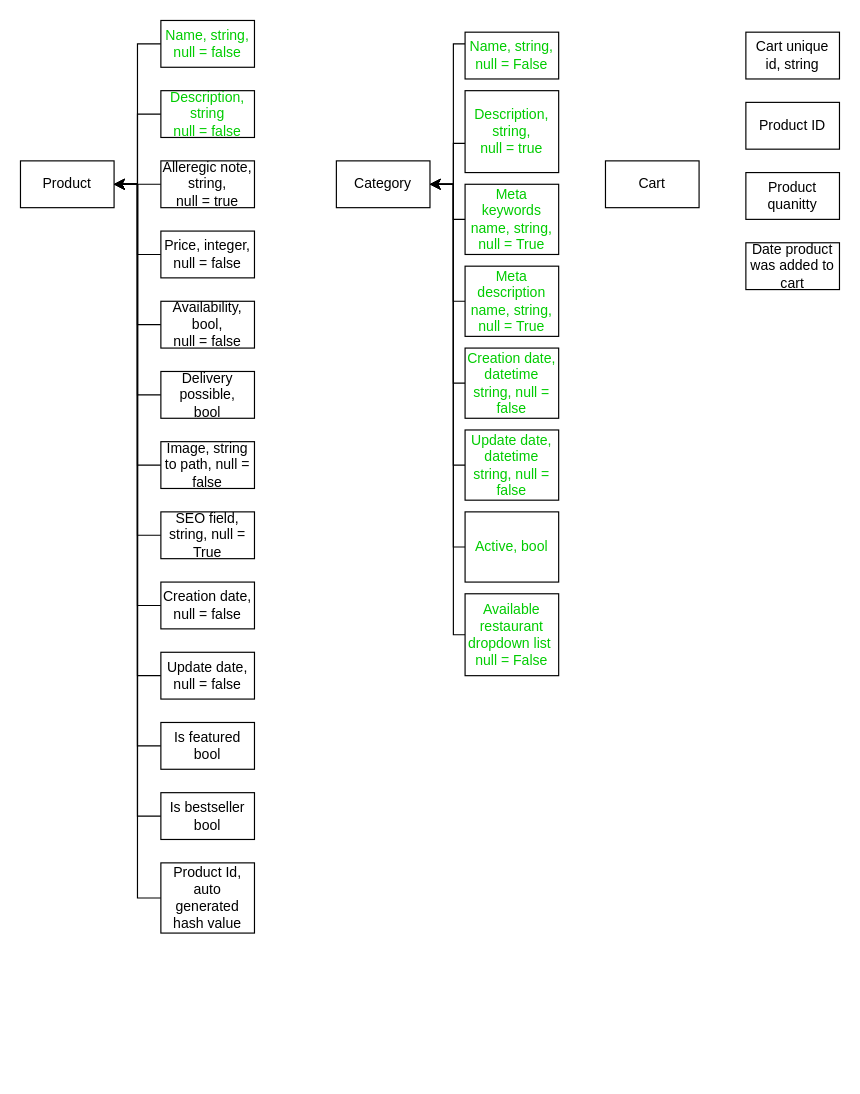
Earlier version of the draw.io diagram Untitled Diagram.drawio (JianDk/HD_website). Source tidied: cells renumbered, new cells numbered last; positions are measured from the earlier drawing's top-left corner, leaving out a move shared by most shapes. Both pictures are drawn from the tidied source at 117%, with x=0, y=0 at pixel (20, 20).
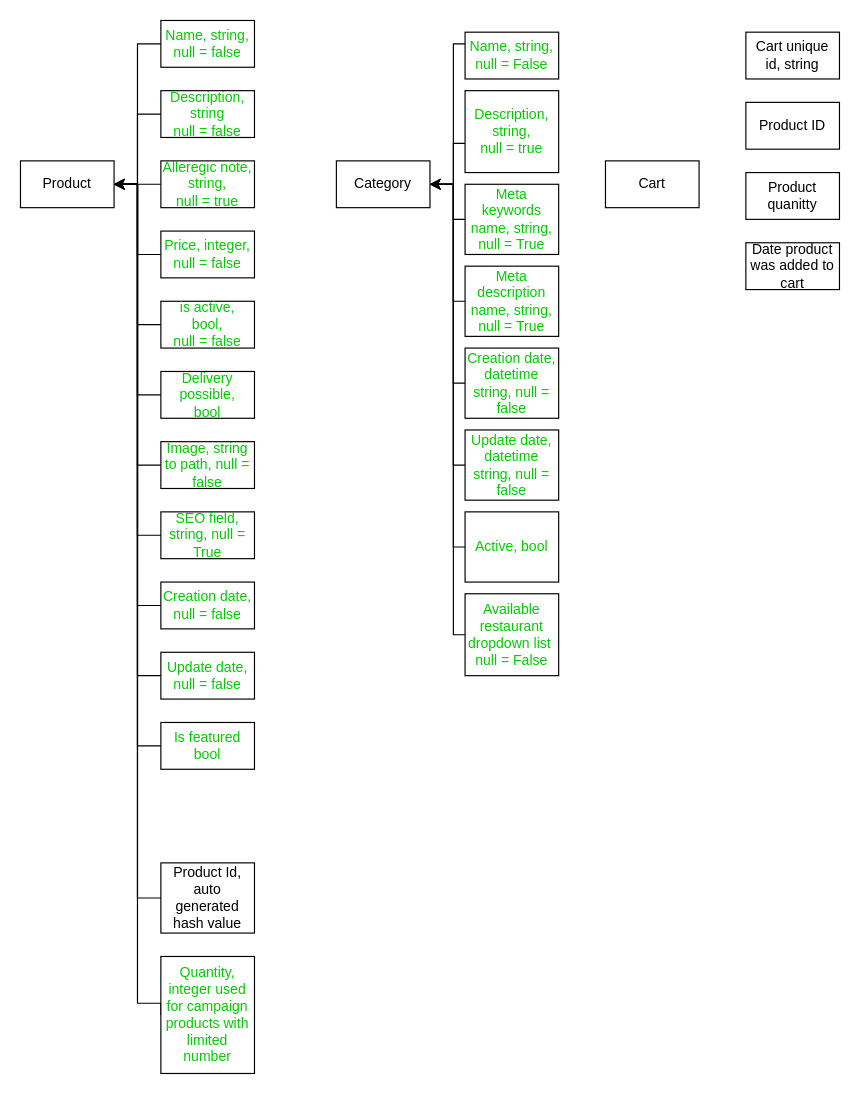
After the change.

The change refers to these unchanged cells:
```xml
<mxCell id="2" value="Product" style="rounded=0;whiteSpace=wrap;html=1;" parent="1" vertex="1">
  <mxGeometry y="120" width="80" height="40" as="geometry" />
</mxCell>
```

Diff of the diagram source:
```diff
@@
-    <mxCell id="8" value="Alleregic note, string,&lt;br&gt;null = true" style="rounded=0;whiteSpace=wrap;html=1;" parent="1" vertex="1">
+    <mxCell id="8" value="&lt;font color=&quot;#00cc00&quot;&gt;Alleregic note, string,&lt;br&gt;null = true&lt;/font&gt;" style="rounded=0;whiteSpace=wrap;html=1;" parent="1" vertex="1">
       <mxGeometry x="120" y="120" width="80" height="40" as="geometry" />
     </mxCell>
@@
-    <mxCell id="10" value="Price, integer,&lt;br&gt;null = false" style="rounded=0;whiteSpace=wrap;html=1;" parent="1" vertex="1">
+    <mxCell id="10" value="&lt;font color=&quot;#00cc00&quot;&gt;Price, integer,&lt;br&gt;null = false&lt;/font&gt;" style="rounded=0;whiteSpace=wrap;html=1;" parent="1" vertex="1">
       <mxGeometry x="120" y="180" width="80" height="40" as="geometry" />
     </mxCell>
@@
-    <mxCell id="12" value="Availability,&lt;br&gt;bool,&lt;br&gt;null = false" style="rounded=0;whiteSpace=wrap;html=1;" parent="1" vertex="1">
+    <mxCell id="12" value="&lt;font color=&quot;#00cc00&quot;&gt;is active,&lt;br&gt;bool,&lt;br&gt;null = false&lt;/font&gt;" style="rounded=0;whiteSpace=wrap;html=1;" parent="1" vertex="1">
       <mxGeometry x="120" y="240" width="80" height="40" as="geometry" />
     </mxCell>
@@
-    <mxCell id="14" value="Delivery possible,&lt;br&gt;bool" style="rounded=0;whiteSpace=wrap;html=1;" parent="1" vertex="1">
+    <mxCell id="14" value="&lt;font color=&quot;#00cc00&quot;&gt;Delivery possible,&lt;br&gt;bool&lt;/font&gt;" style="rounded=0;whiteSpace=wrap;html=1;" parent="1" vertex="1">
       <mxGeometry x="120" y="300" width="80" height="40" as="geometry" />
     </mxCell>
@@
-    <mxCell id="16" value="Image, string to path, null = false" style="rounded=0;whiteSpace=wrap;html=1;" parent="1" vertex="1">
+    <mxCell id="16" value="&lt;font color=&quot;#00cc00&quot;&gt;Image, string to path, null = false&lt;/font&gt;" style="rounded=0;whiteSpace=wrap;html=1;" parent="1" vertex="1">
       <mxGeometry x="120" y="360" width="80" height="40" as="geometry" />
     </mxCell>
@@
-    <mxCell id="18" value="SEO field, string, null = True" style="rounded=0;whiteSpace=wrap;html=1;" parent="1" vertex="1">
+    <mxCell id="18" value="&lt;font color=&quot;#00cc00&quot;&gt;SEO field, string, null = True&lt;/font&gt;" style="rounded=0;whiteSpace=wrap;html=1;" parent="1" vertex="1">
       <mxGeometry x="120" y="420" width="80" height="40" as="geometry" />
     </mxCell>
@@
-    <mxCell id="35" value="Creation date, null = false" style="rounded=0;whiteSpace=wrap;html=1;" parent="1" vertex="1">
+    <mxCell id="35" value="&lt;font color=&quot;#00cc00&quot;&gt;Creation date, null = false&lt;/font&gt;" style="rounded=0;whiteSpace=wrap;html=1;" parent="1" vertex="1">
       <mxGeometry x="120" y="480" width="80" height="40" as="geometry" />
     </mxCell>
@@
-    <mxCell id="37" value="Update date, null = false" style="rounded=0;whiteSpace=wrap;html=1;" parent="1" vertex="1">
+    <mxCell id="37" value="&lt;font color=&quot;#00cc00&quot;&gt;Update date, null = false&lt;/font&gt;" style="rounded=0;whiteSpace=wrap;html=1;" parent="1" vertex="1">
       <mxGeometry x="120" y="540" width="80" height="40" as="geometry" />
     </mxCell>
@@
-    <mxCell id="41" value="Is featured&lt;br&gt;bool" style="rounded=0;whiteSpace=wrap;html=1;" parent="1" vertex="1">
+    <mxCell id="41" value="&lt;font color=&quot;#00cc00&quot;&gt;Is featured&lt;br&gt;bool&lt;/font&gt;" style="rounded=0;whiteSpace=wrap;html=1;" parent="1" vertex="1">
       <mxGeometry x="120" y="600" width="80" height="40" as="geometry" />
     </mxCell>
-    <mxCell id="42" style="edgeStyle=orthogonalEdgeStyle;rounded=0;jettySize=auto;html=1;entryX=1;entryY=0.5;entryDx=0;entryDy=0;" parent="1" edge="1" source="43" target="2">
-      <mxGeometry relative="1" as="geometry" />
-    </mxCell>
-    <mxCell id="43" value="Is bestseller&lt;br&gt;bool" style="rounded=0;whiteSpace=wrap;html=1;" parent="1" vertex="1">
-      <mxGeometry x="120" y="660" width="80" height="40" as="geometry" />
-    </mxCell>
@@
+    <mxCell id="51" style="edgeStyle=orthogonalEdgeStyle;rounded=0;jettySize=auto;html=1;exitX=0;exitY=0.5;exitDx=0;exitDy=0;" parent="1" edge="1" source="52">
+      <mxGeometry relative="1" as="geometry">
+        <mxPoint x="80" y="140" as="targetPoint" />
+        <Array as="points">
+          <mxPoint x="120" y="840" />
+          <mxPoint x="100" y="840" />
+          <mxPoint x="100" y="140" />
+        </Array>
+      </mxGeometry>
+    </mxCell>
+    <mxCell id="52" value="&lt;font color=&quot;#00cc00&quot;&gt;Quantity, integer used for campaign products with limited number&lt;/font&gt;" style="rounded=0;whiteSpace=wrap;html=1;" parent="1" vertex="1">
+      <mxGeometry x="120" y="800" width="80" height="100" as="geometry" />
+    </mxCell>
```
